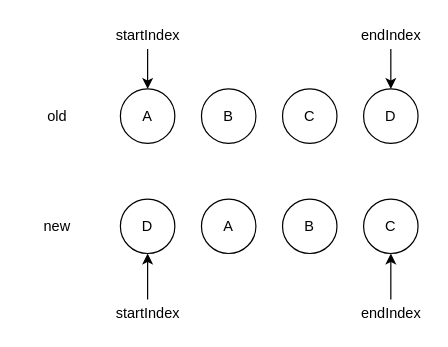
Above: drawios/vue_diff.drawio in aloniacode/fucking-web-interview (draw.io), before the change. Source tidied: cells renumbered, new cells numbered last; positions are measured from the earlier drawing's top-left corner, leaving out a move shared by most shapes. Both pictures are drawn from the tidied source at 121%, with x=0, y=0 at pixel (21, 21).
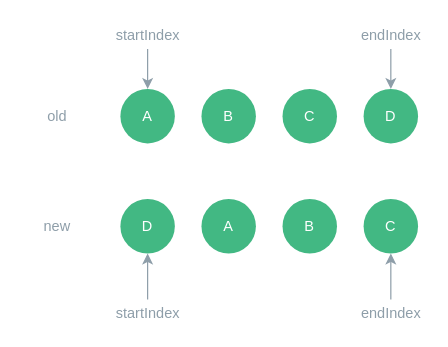
Above is the later version.

Diff of the diagram source:
```diff
@@
 <mxGraphModel>
   <root>
     <mxCell id="0" />
     <mxCell id="1" parent="0" />
-    <mxCell id="2" style="edgeStyle=none;html=1;exitX=0.5;exitY=1;exitDx=0;exitDy=0;entryX=0.5;entryY=0;entryDx=0;entryDy=0;" parent="1" edge="1" source="17" target="3">
+    <mxCell id="2" style="edgeStyle=none;html=1;exitX=0.5;exitY=1;exitDx=0;exitDy=0;entryX=0.5;entryY=0;entryDx=0;entryDy=0;fontColor=#8E9EA9;strokeColor=#8E9EA9;" parent="1" edge="1" source="17" target="3">
       <mxGeometry relative="1" as="geometry" />
     </mxCell>
-    <mxCell id="3" value="A" style="ellipse;whiteSpace=wrap;html=1;" parent="1" vertex="1">
+    <mxCell id="3" value="A" style="ellipse;whiteSpace=wrap;html=1;fontColor=#ffffff;fillColor=#42b883;strokeColor=none;" parent="1" vertex="1">
       <mxGeometry x="82" y="56" width="45" height="45" as="geometry" />
     </mxCell>
-    <mxCell id="4" value="B" style="ellipse;whiteSpace=wrap;html=1;" parent="1" vertex="1">
+    <mxCell id="4" value="B" style="ellipse;whiteSpace=wrap;html=1;fontColor=#FFFFFF;fillColor=#42B883;strokeColor=none;" parent="1" vertex="1">
       <mxGeometry x="149" y="56" width="45" height="45" as="geometry" />
     </mxCell>
-    <mxCell id="5" value="C" style="ellipse;whiteSpace=wrap;html=1;" parent="1" vertex="1">
+    <mxCell id="5" value="C" style="ellipse;whiteSpace=wrap;html=1;fontColor=#FFFFFF;fillColor=#42B883;strokeColor=none;" parent="1" vertex="1">
       <mxGeometry x="216" y="56" width="45" height="45" as="geometry" />
     </mxCell>
-    <mxCell id="6" style="edgeStyle=none;html=1;exitX=0.5;exitY=1;exitDx=0;exitDy=0;entryX=0.5;entryY=0;entryDx=0;entryDy=0;" parent="1" edge="1" source="19" target="7">
+    <mxCell id="6" style="edgeStyle=none;html=1;exitX=0.5;exitY=1;exitDx=0;exitDy=0;entryX=0.5;entryY=0;entryDx=0;entryDy=0;fontColor=#8E9EA9;strokeColor=#8E9EA9;" parent="1" edge="1" source="19" target="7">
       <mxGeometry relative="1" as="geometry" />
     </mxCell>
-    <mxCell id="7" value="D" style="ellipse;whiteSpace=wrap;html=1;" parent="1" vertex="1">
+    <mxCell id="7" value="D" style="ellipse;whiteSpace=wrap;html=1;fontColor=#FFFFFF;fillColor=#42B883;strokeColor=none;" parent="1" vertex="1">
       <mxGeometry x="283" y="56" width="45" height="45" as="geometry" />
     </mxCell>
-    <mxCell id="8" style="edgeStyle=none;html=1;exitX=0.5;exitY=0;exitDx=0;exitDy=0;entryX=0.5;entryY=1;entryDx=0;entryDy=0;" parent="1" edge="1" source="16" target="9">
+    <mxCell id="8" style="edgeStyle=none;html=1;exitX=0.5;exitY=0;exitDx=0;exitDy=0;entryX=0.5;entryY=1;entryDx=0;entryDy=0;fontColor=#8E9EA9;strokeColor=#8E9EA9;" parent="1" edge="1" source="16" target="9">
       <mxGeometry relative="1" as="geometry" />
     </mxCell>
-    <mxCell id="9" value="D" style="ellipse;whiteSpace=wrap;html=1;" parent="1" vertex="1">
+    <mxCell id="9" value="D" style="ellipse;whiteSpace=wrap;html=1;fontColor=#ffffff;fillColor=#42B883;strokeColor=none;" parent="1" vertex="1">
       <mxGeometry x="82" y="147" width="45" height="45" as="geometry" />
     </mxCell>
-    <mxCell id="10" value="A" style="ellipse;whiteSpace=wrap;html=1;" parent="1" vertex="1">
+    <mxCell id="10" value="A" style="ellipse;whiteSpace=wrap;html=1;fontColor=#FFFFFF;fillColor=#42B883;strokeColor=none;" parent="1" vertex="1">
       <mxGeometry x="149" y="147" width="45" height="45" as="geometry" />
     </mxCell>
-    <mxCell id="11" value="B" style="ellipse;whiteSpace=wrap;html=1;" parent="1" vertex="1">
+    <mxCell id="11" value="B" style="ellipse;whiteSpace=wrap;html=1;fontColor=#FFFFFF;fillColor=#42B883;strokeColor=none;" parent="1" vertex="1">
       <mxGeometry x="216" y="147" width="45" height="45" as="geometry" />
     </mxCell>
-    <mxCell id="12" style="edgeStyle=none;html=1;exitX=0.5;exitY=0;exitDx=0;exitDy=0;entryX=0.5;entryY=1;entryDx=0;entryDy=0;" parent="1" edge="1" source="18" target="13">
+    <mxCell id="12" style="edgeStyle=none;html=1;exitX=0.5;exitY=0;exitDx=0;exitDy=0;entryX=0.5;entryY=1;entryDx=0;entryDy=0;fontColor=#8E9EA9;strokeColor=#8E9EA9;" parent="1" edge="1" source="18" target="13">
       <mxGeometry relative="1" as="geometry" />
     </mxCell>
-    <mxCell id="13" value="C" style="ellipse;whiteSpace=wrap;html=1;" parent="1" vertex="1">
+    <mxCell id="13" value="C" style="ellipse;whiteSpace=wrap;html=1;fontColor=#FFFFFF;fillColor=#42B883;strokeColor=none;" parent="1" vertex="1">
       <mxGeometry x="283" y="147" width="45" height="45" as="geometry" />
     </mxCell>
-    <mxCell id="14" value="old" style="text;strokeColor=none;align=center;fillColor=none;html=1;verticalAlign=middle;whiteSpace=wrap;rounded=0;" parent="1" vertex="1">
+    <mxCell id="14" value="old" style="text;strokeColor=none;align=center;fillColor=none;html=1;verticalAlign=middle;whiteSpace=wrap;rounded=0;fontColor=#8E9EA9;" parent="1" vertex="1">
       <mxGeometry y="63.5" width="60" height="30" as="geometry" />
     </mxCell>
-    <mxCell id="15" value="new" style="text;strokeColor=none;align=center;fillColor=none;html=1;verticalAlign=middle;whiteSpace=wrap;rounded=0;" parent="1" vertex="1">
+    <mxCell id="15" value="new" style="text;strokeColor=none;align=center;fillColor=none;html=1;verticalAlign=middle;whiteSpace=wrap;rounded=0;fontColor=#8E9EA9;" parent="1" vertex="1">
       <mxGeometry y="154.5" width="60" height="30" as="geometry" />
     </mxCell>
-    <mxCell id="16" value="startIndex" style="text;strokeColor=none;align=center;fillColor=none;html=1;verticalAlign=middle;whiteSpace=wrap;rounded=0;" parent="1" vertex="1">
+    <mxCell id="16" value="startIndex" style="text;strokeColor=none;align=center;fillColor=none;html=1;verticalAlign=middle;whiteSpace=wrap;rounded=0;fontColor=#8E9EA9;" parent="1" vertex="1">
       <mxGeometry x="74.5" y="230" width="60" height="23" as="geometry" />
     </mxCell>
-    <mxCell id="17" value="startIndex" style="text;strokeColor=none;align=center;fillColor=none;html=1;verticalAlign=middle;whiteSpace=wrap;rounded=0;" parent="1" vertex="1">
+    <mxCell id="17" value="startIndex" style="text;strokeColor=none;align=center;fillColor=none;html=1;verticalAlign=middle;whiteSpace=wrap;rounded=0;fontColor=#8E9EA9;" parent="1" vertex="1">
       <mxGeometry x="74.5" width="60" height="23" as="geometry" />
     </mxCell>
-    <mxCell id="18" value="endIndex" style="text;strokeColor=none;align=center;fillColor=none;html=1;verticalAlign=middle;whiteSpace=wrap;rounded=0;" parent="1" vertex="1">
+    <mxCell id="18" value="endIndex" style="text;strokeColor=none;align=center;fillColor=none;html=1;verticalAlign=middle;whiteSpace=wrap;rounded=0;fontColor=#8E9EA9;" parent="1" vertex="1">
       <mxGeometry x="275.5" y="230" width="60" height="23" as="geometry" />
     </mxCell>
-    <mxCell id="19" value="endIndex" style="text;strokeColor=none;align=center;fillColor=none;html=1;verticalAlign=middle;whiteSpace=wrap;rounded=0;" parent="1" vertex="1">
+    <mxCell id="19" value="endIndex" style="text;strokeColor=none;align=center;fillColor=none;html=1;verticalAlign=middle;whiteSpace=wrap;rounded=0;fontColor=#8E9EA9;" parent="1" vertex="1">
       <mxGeometry x="275.5" width="60" height="23" as="geometry" />
     </mxCell>
   </root>
 </mxGraphModel>
```
